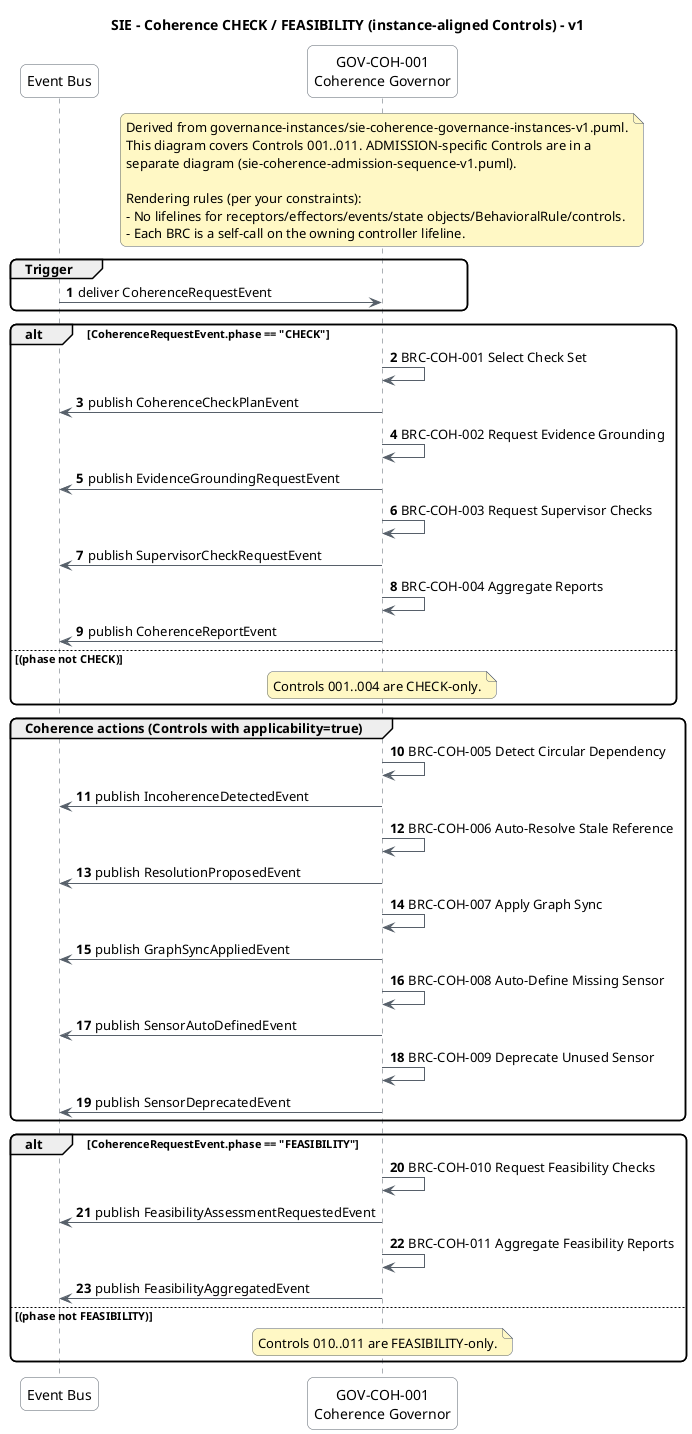
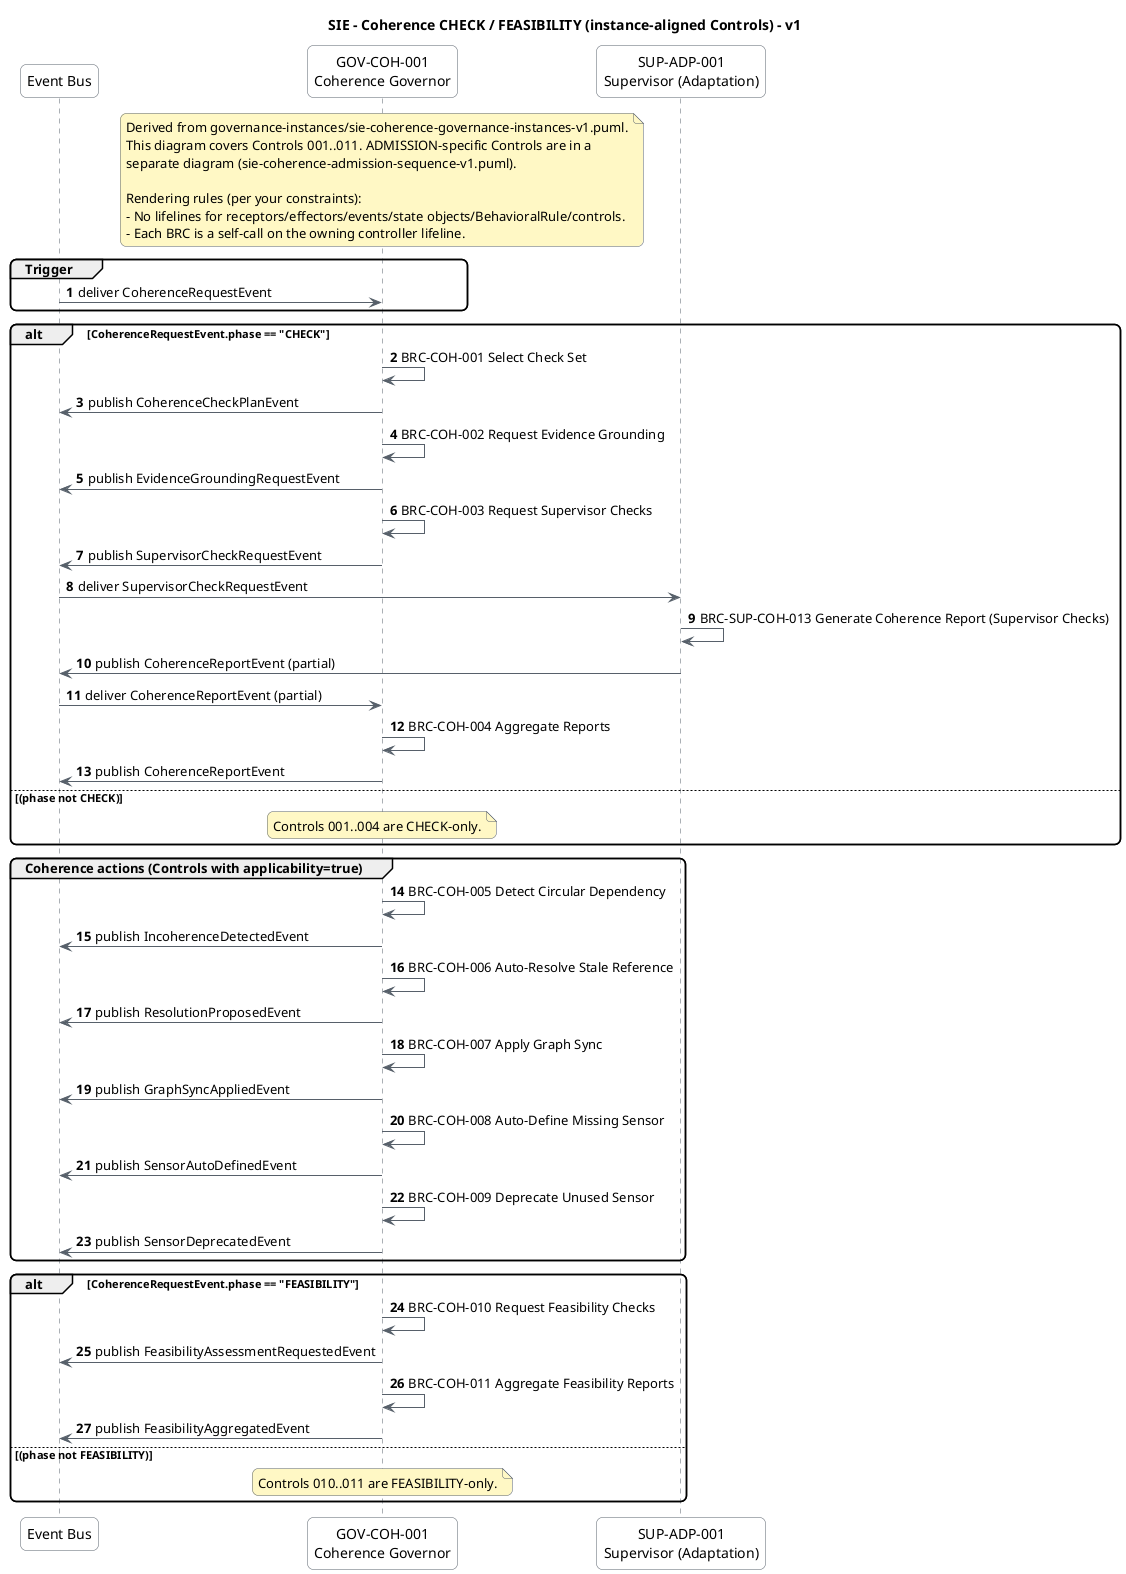
@startuml sie-coherence-check-feasibility-sequence-v1

' ============================================================
' VISUAL THEME
' ============================================================

skinparam shadowing false
skinparam roundcorner 12
skinparam ArrowColor #57606A
skinparam DefaultFontName "SansSerif"
skinparam backgroundColor #FFFFFF

skinparam sequence {
  ParticipantBackgroundColor #FFFFFF
  ParticipantBorderColor #57606A
  LifeLineBackgroundColor #F6F8FA
  LifeLineBorderColor #57606A
  ArrowColor #57606A
  DividerBackgroundColor #F6F8FA
}

skinparam noteBackgroundColor #FFF8C5
skinparam noteBorderColor #57606A

title SIE - Coherence CHECK / FEASIBILITY (instance-aligned Controls) - v1

autonumber

participant "Event Bus" as Bus
participant "GOV-COH-001\nCoherence Governor" as GOV_COH_001
+ participant "SUP-ADP-001\nSupervisor (Adaptation)" as SUP_ADP_001

note over GOV_COH_001
  Derived from governance-instances/sie-coherence-governance-instances-v1.puml.
  This diagram covers Controls 001..011. ADMISSION-specific Controls are in a
  separate diagram (sie-coherence-admission-sequence-v1.puml).

  Rendering rules (per your constraints):
  - No lifelines for receptors/effectors/events/state objects/BehavioralRule/controls.
  - Each BRC is a self-call on the owning controller lifeline.
end note

group Trigger
  Bus -> GOV_COH_001 : deliver CoherenceRequestEvent
end group

alt CoherenceRequestEvent.phase == "CHECK"
  GOV_COH_001 -> GOV_COH_001 : BRC-COH-001 Select Check Set
  GOV_COH_001 -> Bus : publish CoherenceCheckPlanEvent

  GOV_COH_001 -> GOV_COH_001 : BRC-COH-002 Request Evidence Grounding
  GOV_COH_001 -> Bus : publish EvidenceGroundingRequestEvent

  GOV_COH_001 -> GOV_COH_001 : BRC-COH-003 Request Supervisor Checks
  GOV_COH_001 -> Bus : publish SupervisorCheckRequestEvent
+ 
+   Bus -> SUP_ADP_001 : deliver SupervisorCheckRequestEvent
+   SUP_ADP_001 -> SUP_ADP_001 : BRC-SUP-COH-013 Generate Coherence Report (Supervisor Checks)
+   SUP_ADP_001 -> Bus : publish CoherenceReportEvent (partial)
+   Bus -> GOV_COH_001 : deliver CoherenceReportEvent (partial)

  GOV_COH_001 -> GOV_COH_001 : BRC-COH-004 Aggregate Reports
  GOV_COH_001 -> Bus : publish CoherenceReportEvent
else (phase not CHECK)
  note over GOV_COH_001
    Controls 001..004 are CHECK-only.
  end note
end

group Coherence actions (Controls with applicability=true)
  GOV_COH_001 -> GOV_COH_001 : BRC-COH-005 Detect Circular Dependency
  GOV_COH_001 -> Bus : publish IncoherenceDetectedEvent

  GOV_COH_001 -> GOV_COH_001 : BRC-COH-006 Auto-Resolve Stale Reference
  GOV_COH_001 -> Bus : publish ResolutionProposedEvent

  GOV_COH_001 -> GOV_COH_001 : BRC-COH-007 Apply Graph Sync
  GOV_COH_001 -> Bus : publish GraphSyncAppliedEvent

  GOV_COH_001 -> GOV_COH_001 : BRC-COH-008 Auto-Define Missing Sensor
  GOV_COH_001 -> Bus : publish SensorAutoDefinedEvent

  GOV_COH_001 -> GOV_COH_001 : BRC-COH-009 Deprecate Unused Sensor
  GOV_COH_001 -> Bus : publish SensorDeprecatedEvent
end

alt CoherenceRequestEvent.phase == "FEASIBILITY"
  GOV_COH_001 -> GOV_COH_001 : BRC-COH-010 Request Feasibility Checks
  GOV_COH_001 -> Bus : publish FeasibilityAssessmentRequestedEvent

  GOV_COH_001 -> GOV_COH_001 : BRC-COH-011 Aggregate Feasibility Reports
  GOV_COH_001 -> Bus : publish FeasibilityAggregatedEvent
else (phase not FEASIBILITY)
  note over GOV_COH_001
    Controls 010..011 are FEASIBILITY-only.
  end note
end

@enduml
